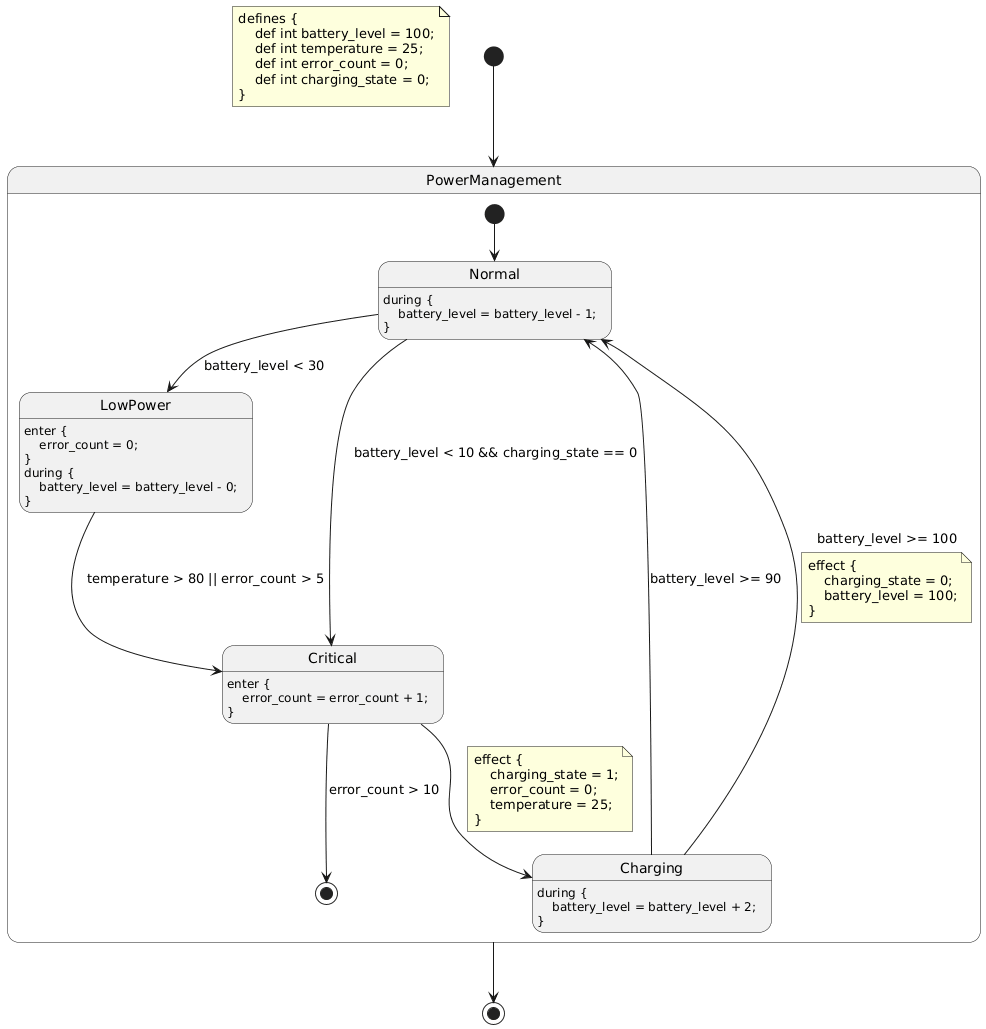
HansBug/pyfcstm keeps this PlantUML diagram as docs/source/tutorials/dsl/guards_and_effects.fcstm.puml.png. Above is the earlier version.
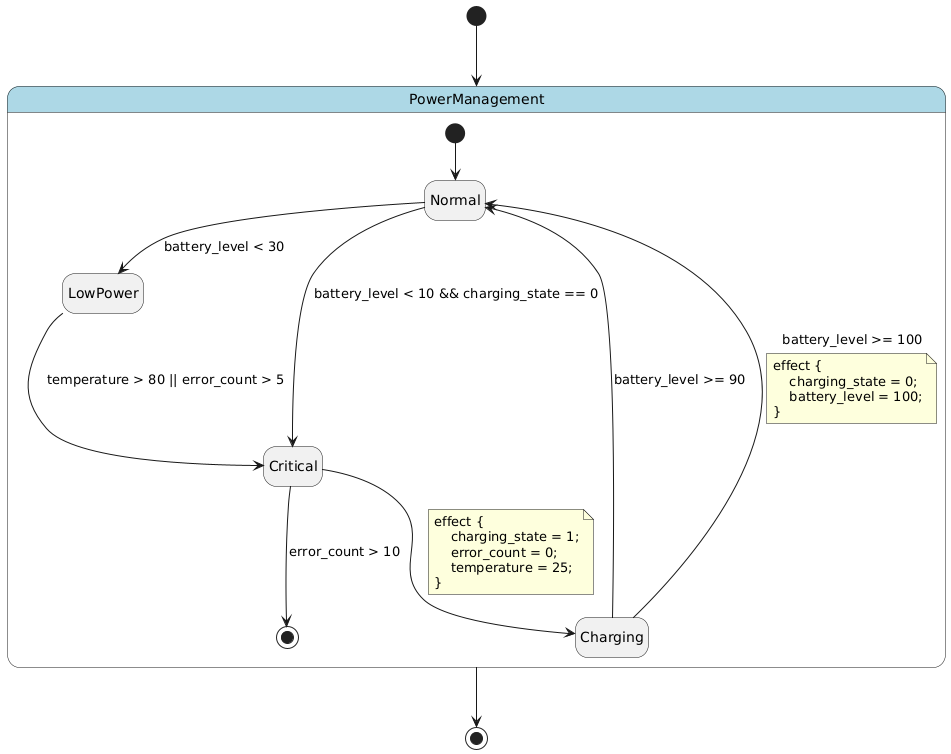
After the change.

Change to the diagram source:
```diff
@@ -1,23 +1,18 @@
 @startuml
 hide empty description
-note as DefinitionNote
-defines {
-    def int battery_level = 100;
-    def int temperature = 25;
-    def int error_count = 0;
-    def int charging_state = 0;
+
+skinparam state {
+  BackgroundColor<<pseudo>> LightGray
+  BackgroundColor<<composite>> LightBlue
+  BorderColor<<pseudo>> Gray
+  FontStyle<<pseudo>> italic
 }
-end note
 
-state "PowerManagement" as power_management {
+state "PowerManagement" as power_management <<composite>> {
     state "Normal" as power_management__normal
-    power_management__normal : during {\n    battery_level = battery_level - 1;\n}
     state "LowPower" as power_management__low_power
-    power_management__low_power : enter {\n    error_count = 0;\n}\nduring {\n    battery_level = battery_level - 0;\n}
     state "Charging" as power_management__charging
-    power_management__charging : during {\n    battery_level = battery_level + 2;\n}
     state "Critical" as power_management__critical
-    power_management__critical : enter {\n    error_count = error_count + 1;\n}
     [*] --> power_management__normal
     power_management__normal --> power_management__low_power : battery_level < 30
     power_management__normal --> power_management__critical : battery_level < 10 && charging_state == 0
```
